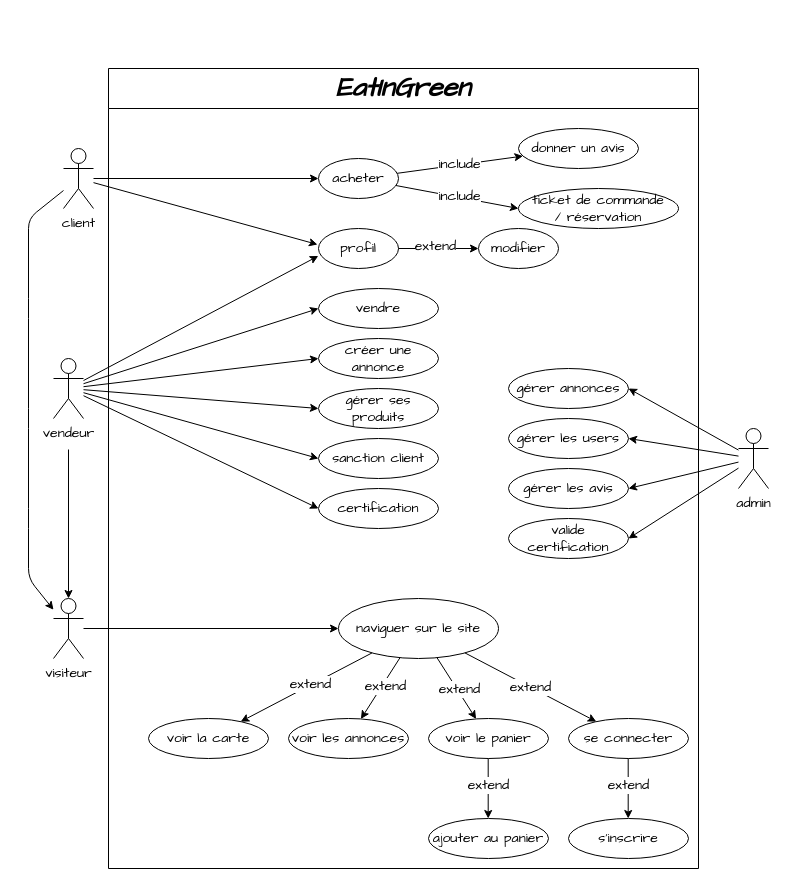
This is docs/diagrams/use-case.drawio from MathisJANKOVIC/EatInGreen, a draw.io file, before an edit. Source tidied: cells renumbered, new cells numbered last; positions are measured from the earlier drawing's top-left corner, leaving out a move shared by most shapes. Both pictures are drawn from the tidied source at 100%, with x=0, y=0 at pixel (28, 68).
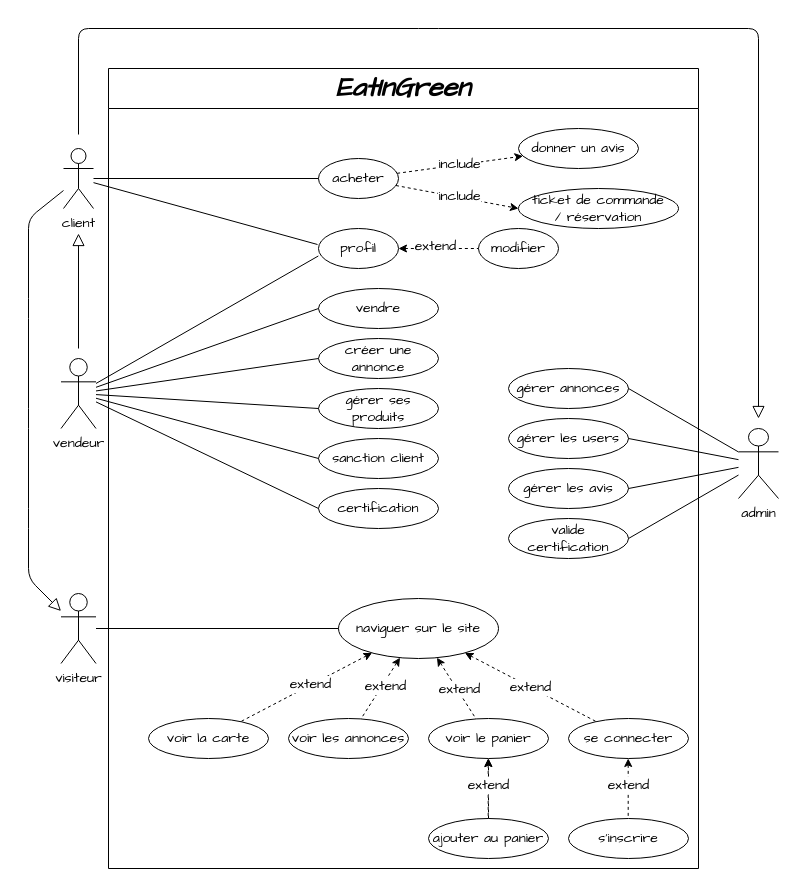
The same diagram, later.

Unchanged cells that the change refers to:
```xml
<mxCell id="2" value="&lt;span style=&quot;font-family: &amp;quot;Comic Sans MS&amp;quot;; font-size: 27px; font-style: italic;&quot;&gt;EatInGreen&lt;/span&gt;" style="swimlane;whiteSpace=wrap;html=1;strokeColor=#000000;fontSize=16;fontColor=#000000;fillColor=none;startSize=40;" parent="1" vertex="1">
  <mxGeometry x="80" width="590" height="800" as="geometry" />
</mxCell>
<mxCell id="3" value="client" style="shape=umlActor;verticalLabelPosition=bottom;verticalAlign=top;html=1;outlineConnect=0;fontFamily=Comic Sans MS;fontSize=14;fontColor=#000000;fillColor=#FFFFFF;strokeColor=#000000;" parent="2" vertex="1">
  <mxGeometry x="-45" y="80" width="30" height="60" as="geometry" />
</mxCell>
<mxCell id="4" value="&lt;span style=&quot;font-family: &amp;quot;Comic Sans MS&amp;quot;; font-size: 14px;&quot;&gt;voir la carte&lt;/span&gt;" style="ellipse;whiteSpace=wrap;html=1;labelBackgroundColor=none;strokeColor=#000000;fontColor=#000000;fillColor=none;" parent="2" vertex="1">
  <mxGeometry x="40" y="650" width="120" height="40" as="geometry" />
</mxCell>
<mxCell id="5" value="&lt;span style=&quot;font-family: &amp;quot;Comic Sans MS&amp;quot;; font-size: 14px;&quot;&gt;se connecter&lt;/span&gt;" style="ellipse;whiteSpace=wrap;html=1;labelBackgroundColor=none;strokeColor=#000000;fontColor=#000000;fillColor=none;" parent="2" vertex="1">
  <mxGeometry x="460" y="650" width="120" height="40" as="geometry" />
</mxCell>
<mxCell id="6" value="&lt;span style=&quot;font-family: &amp;quot;Comic Sans MS&amp;quot;; font-size: 14px;&quot;&gt;voir le panier&lt;/span&gt;" style="ellipse;whiteSpace=wrap;html=1;labelBackgroundColor=none;strokeColor=#000000;fontColor=#000000;fillColor=none;" parent="2" vertex="1">
  <mxGeometry x="320" y="650" width="120" height="40" as="geometry" />
</mxCell>
<mxCell id="7" value="&lt;span style=&quot;font-family: &amp;quot;Comic Sans MS&amp;quot;; font-size: 14px;&quot;&gt;voir les annonces&lt;/span&gt;" style="ellipse;whiteSpace=wrap;html=1;labelBackgroundColor=none;strokeColor=#000000;fontColor=#000000;fillColor=none;" parent="2" vertex="1">
  <mxGeometry x="180" y="650" width="120" height="40" as="geometry" />
</mxCell>
<mxCell id="8" value="&lt;span style=&quot;font-family: &amp;quot;Comic Sans MS&amp;quot;; font-size: 14px;&quot;&gt;ajouter au panier&lt;/span&gt;" style="ellipse;whiteSpace=wrap;html=1;labelBackgroundColor=none;strokeColor=#000000;fontColor=#000000;fillColor=none;" parent="2" vertex="1">
  <mxGeometry x="320" y="750" width="120" height="40" as="geometry" />
</mxCell>
<mxCell id="9" value="&lt;span style=&quot;font-family: &amp;quot;Comic Sans MS&amp;quot;; font-size: 14px;&quot;&gt;naviguer sur le site&lt;/span&gt;" style="ellipse;whiteSpace=wrap;html=1;labelBackgroundColor=none;strokeColor=#000000;fontColor=#000000;fillColor=none;" parent="2" vertex="1">
  <mxGeometry x="230" y="530" width="160" height="60" as="geometry" />
</mxCell>
<mxCell id="18" value="&lt;span style=&quot;font-family: &amp;quot;Comic Sans MS&amp;quot;; font-size: 14px;&quot;&gt;créer une annonce&lt;/span&gt;" style="ellipse;whiteSpace=wrap;html=1;labelBackgroundColor=none;strokeColor=#000000;fontColor=#000000;fillColor=none;" parent="2" vertex="1">
  <mxGeometry x="210" y="270" width="120" height="40" as="geometry" />
</mxCell>
<mxCell id="19" value="&lt;span style=&quot;font-family: &amp;quot;Comic Sans MS&amp;quot;; font-size: 14px;&quot;&gt;vendre&lt;/span&gt;" style="ellipse;whiteSpace=wrap;html=1;labelBackgroundColor=none;strokeColor=#000000;fontColor=#000000;fillColor=none;" parent="2" vertex="1">
  <mxGeometry x="210" y="220" width="120" height="40" as="geometry" />
</mxCell>
<mxCell id="20" value="&lt;span style=&quot;font-family: &amp;quot;Comic Sans MS&amp;quot;; font-size: 14px;&quot;&gt;gérer ses produits&lt;/span&gt;" style="ellipse;whiteSpace=wrap;html=1;labelBackgroundColor=none;strokeColor=#000000;fontColor=#000000;fillColor=none;" parent="2" vertex="1">
  <mxGeometry x="210" y="320" width="120" height="40" as="geometry" />
</mxCell>
<mxCell id="21" value="&lt;span style=&quot;font-family: &amp;quot;Comic Sans MS&amp;quot;; font-size: 14px;&quot;&gt;sanction client&lt;/span&gt;" style="ellipse;whiteSpace=wrap;html=1;labelBackgroundColor=none;strokeColor=#000000;fontColor=#000000;fillColor=none;" parent="2" vertex="1">
  <mxGeometry x="210" y="370" width="120" height="40" as="geometry" />
</mxCell>
<mxCell id="22" value="&lt;span style=&quot;font-family: &amp;quot;Comic Sans MS&amp;quot;; font-size: 14px;&quot;&gt;certification&lt;/span&gt;" style="ellipse;whiteSpace=wrap;html=1;labelBackgroundColor=none;strokeColor=#000000;fontColor=#000000;fillColor=none;" parent="2" vertex="1">
  <mxGeometry x="210" y="420" width="120" height="40" as="geometry" />
</mxCell>
<mxCell id="23" value="&lt;span style=&quot;font-family: &amp;quot;Comic Sans MS&amp;quot;; font-size: 14px;&quot;&gt;profil&lt;/span&gt;" style="ellipse;whiteSpace=wrap;html=1;labelBackgroundColor=none;strokeColor=#000000;fontColor=#000000;fillColor=none;" parent="2" vertex="1">
  <mxGeometry x="210" y="160" width="80" height="40" as="geometry" />
</mxCell>
<mxCell id="24" value="&lt;span style=&quot;font-family: &amp;quot;Comic Sans MS&amp;quot;; font-size: 14px;&quot;&gt;modifier&lt;/span&gt;" style="ellipse;whiteSpace=wrap;html=1;labelBackgroundColor=none;strokeColor=#000000;fontColor=#000000;fillColor=none;" parent="2" vertex="1">
  <mxGeometry x="370" y="160" width="80" height="40" as="geometry" />
</mxCell>
<mxCell id="27" value="&lt;span style=&quot;font-family: &amp;quot;Comic Sans MS&amp;quot;; font-size: 14px;&quot;&gt;ticket de commande &lt;br&gt;/ réservation&lt;/span&gt;" style="ellipse;whiteSpace=wrap;html=1;labelBackgroundColor=none;strokeColor=#000000;fontColor=#000000;fillColor=none;" parent="2" vertex="1">
  <mxGeometry x="410" y="120" width="160" height="40" as="geometry" />
</mxCell>
<mxCell id="28" value="&lt;span style=&quot;font-family: &amp;quot;Comic Sans MS&amp;quot;; font-size: 14px;&quot;&gt;acheter&lt;/span&gt;" style="ellipse;whiteSpace=wrap;html=1;labelBackgroundColor=none;strokeColor=#000000;fontColor=#000000;fillColor=none;" parent="2" vertex="1">
  <mxGeometry x="210" y="90" width="80" height="40" as="geometry" />
</mxCell>
<mxCell id="30" value="&lt;span style=&quot;color: rgb(0, 0, 0); font-family: &amp;quot;Comic Sans MS&amp;quot;; font-size: 14px;&quot;&gt;donner un avis&lt;/span&gt;" style="ellipse;whiteSpace=wrap;html=1;labelBackgroundColor=none;strokeColor=#000000;fontColor=#FFFFFF;fillColor=none;" parent="2" vertex="1">
  <mxGeometry x="410" y="60" width="120" height="40" as="geometry" />
</mxCell>
<mxCell id="35" value="&lt;span style=&quot;font-family: &amp;quot;Comic Sans MS&amp;quot;; font-size: 14px;&quot;&gt;gérer les users&lt;/span&gt;" style="ellipse;whiteSpace=wrap;html=1;labelBackgroundColor=none;strokeColor=#000000;fontColor=#000000;fillColor=none;" parent="2" vertex="1">
  <mxGeometry x="400" y="350" width="120" height="40" as="geometry" />
</mxCell>
<mxCell id="36" value="&lt;span style=&quot;font-family: &amp;quot;Comic Sans MS&amp;quot;; font-size: 14px;&quot;&gt;gérer les avis&lt;/span&gt;" style="ellipse;whiteSpace=wrap;html=1;labelBackgroundColor=none;strokeColor=#000000;fontColor=#000000;fillColor=none;" parent="2" vertex="1">
  <mxGeometry x="400" y="400" width="120" height="40" as="geometry" />
</mxCell>
<mxCell id="37" value="&lt;span style=&quot;font-family: &amp;quot;Comic Sans MS&amp;quot;; font-size: 14px;&quot;&gt;gérer annonces&lt;/span&gt;" style="ellipse;whiteSpace=wrap;html=1;labelBackgroundColor=none;strokeColor=#000000;fontColor=#000000;fillColor=none;" parent="2" vertex="1">
  <mxGeometry x="400" y="300" width="120" height="40" as="geometry" />
</mxCell>
<mxCell id="38" value="&lt;span style=&quot;font-family: &amp;quot;Comic Sans MS&amp;quot;; font-size: 14px;&quot;&gt;valide certification&lt;/span&gt;" style="ellipse;whiteSpace=wrap;html=1;labelBackgroundColor=none;strokeColor=#000000;fontColor=#000000;fillColor=none;" parent="2" vertex="1">
  <mxGeometry x="400" y="450" width="120" height="40" as="geometry" />
</mxCell>
```

Change to the diagram source:
```diff
@@
+    <mxCell id="61" style="edgeStyle=none;html=1;dashed=1;startArrow=none;startFill=0;endArrow=classic;endFill=1;" parent="2" edge="1" source="8" target="6">
+      <mxGeometry relative="1" as="geometry" />
+    </mxCell>
@@
-    <mxCell id="10" style="endArrow=classic;html=1;labelBackgroundColor=none;strokeColor=#000000;fontColor=#000000;" parent="2" edge="1" source="9" target="7">
+    <mxCell id="10" style="endArrow=none;html=1;labelBackgroundColor=none;strokeColor=#000000;fontColor=#000000;startArrow=classic;startFill=1;endFill=0;dashed=1;" parent="2" edge="1" source="9" target="7">
       <mxGeometry relative="1" as="geometry" />
     </mxCell>
-    <mxCell id="11" style="endArrow=classic;html=1;labelBackgroundColor=none;strokeColor=#000000;fontColor=#000000;" parent="2" edge="1" source="9" target="4">
+    <mxCell id="11" style="endArrow=none;html=1;labelBackgroundColor=none;strokeColor=#000000;fontColor=#000000;startArrow=classic;startFill=1;endFill=0;dashed=1;" parent="2" edge="1" source="9" target="4">
       <mxGeometry relative="1" as="geometry" />
     </mxCell>
-    <mxCell id="12" style="endArrow=classic;html=1;labelBackgroundColor=none;strokeColor=#000000;fontColor=#000000;" parent="2" edge="1" source="9" target="6">
+    <mxCell id="12" style="endArrow=none;html=1;labelBackgroundColor=none;strokeColor=#000000;fontColor=#000000;dashed=1;startArrow=classic;startFill=1;endFill=0;" parent="2" edge="1" source="9" target="6">
       <mxGeometry relative="1" as="geometry" />
     </mxCell>
-    <mxCell id="13" style="endArrow=classic;html=1;labelBackgroundColor=none;strokeColor=#000000;fontColor=#000000;" parent="2" edge="1" source="9" target="5">
+    <mxCell id="13" style="endArrow=none;html=1;labelBackgroundColor=none;strokeColor=#000000;fontColor=#000000;dashed=1;startArrow=classic;startFill=1;endFill=0;" parent="2" edge="1" source="9" target="5">
       <mxGeometry relative="1" as="geometry" />
     </mxCell>
@@
-    <mxCell id="25" style="endArrow=classic;html=1;labelBackgroundColor=none;strokeColor=#000000;fontColor=#FFFFFF;" parent="2" edge="1" source="23" target="24">
+    <mxCell id="25" style="endArrow=none;html=1;labelBackgroundColor=none;strokeColor=#000000;fontColor=#FFFFFF;endFill=0;startArrow=classic;startFill=1;dashed=1;" parent="2" edge="1" source="23" target="24">
       <mxGeometry relative="1" as="geometry" />
     </mxCell>
@@
-    <mxCell id="29" style="endArrow=classic;html=1;labelBackgroundColor=none;strokeColor=#000000;fontColor=#FFFFFF;" parent="2" edge="1" source="3" target="28">
+    <mxCell id="29" style="endArrow=none;html=1;labelBackgroundColor=none;strokeColor=#000000;fontColor=#FFFFFF;endFill=0;" parent="2" edge="1" source="3" target="28">
       <mxGeometry relative="1" as="geometry" />
     </mxCell>
@@
-    <mxCell id="31" style="endArrow=classic;html=1;labelBackgroundColor=none;strokeColor=#000000;fontColor=#FFFFFF;" parent="2" edge="1" source="28" target="30">
+    <mxCell id="31" style="endArrow=classic;html=1;labelBackgroundColor=none;strokeColor=#000000;fontColor=#FFFFFF;dashed=1;" parent="2" edge="1" source="28" target="30">
       <mxGeometry relative="1" as="geometry" />
     </mxCell>
-    <mxCell id="32" style="endArrow=classic;html=1;labelBackgroundColor=none;strokeColor=#000000;fontColor=#FFFFFF;entryX=0;entryY=0.5;entryDx=0;entryDy=0;" parent="2" edge="1" source="28" target="27">
+    <mxCell id="32" style="endArrow=classic;html=1;labelBackgroundColor=none;strokeColor=#000000;fontColor=#FFFFFF;entryX=0;entryY=0.5;entryDx=0;entryDy=0;dashed=1;" parent="2" edge="1" source="28" target="27">
       <mxGeometry relative="1" as="geometry" />
     </mxCell>
@@
-    <mxCell id="39" style="endArrow=classic;html=1;labelBackgroundColor=none;strokeColor=#000000;fontColor=#FFFFFF;" parent="2" edge="1" source="3">
+    <mxCell id="39" style="endArrow=none;html=1;labelBackgroundColor=none;strokeColor=#000000;fontColor=#FFFFFF;endFill=0;" parent="2" edge="1" source="3">
       <mxGeometry relative="1" as="geometry">
         <mxPoint x="209" y="176" as="targetPoint" />
       </mxGeometry>
     </mxCell>
-    <mxCell id="40" style="edgeStyle=none;html=1;labelBackgroundColor=none;strokeColor=#000000;fontColor=#000000;entryX=0.5;entryY=0;entryDx=0;entryDy=0;" parent="2" edge="1">
+    <mxCell id="40" style="edgeStyle=none;html=1;labelBackgroundColor=none;strokeColor=#000000;fontColor=#000000;entryX=0.5;entryY=0;entryDx=0;entryDy=0;startArrow=classic;startFill=1;endArrow=none;endFill=0;dashed=1;" parent="2" edge="1">
       <mxGeometry relative="1" as="geometry">
         <mxPoint x="379.7" y="690" as="sourcePoint" />
         <mxPoint x="379.7" y="750" as="targetPoint" />
       </mxGeometry>
     </mxCell>
@@
-    <mxCell id="43" style="edgeStyle=none;html=1;labelBackgroundColor=none;strokeColor=#000000;fontColor=#000000;entryX=0.5;entryY=0;entryDx=0;entryDy=0;" parent="2" edge="1">
+    <mxCell id="43" style="edgeStyle=none;html=1;labelBackgroundColor=none;strokeColor=#000000;fontColor=#000000;entryX=0.5;entryY=0;entryDx=0;entryDy=0;endArrow=none;endFill=0;startArrow=classic;startFill=1;dashed=1;" parent="2" edge="1">
       <mxGeometry relative="1" as="geometry">
         <mxPoint x="519.7" y="690" as="sourcePoint" />
         <mxPoint x="519.7" y="750" as="targetPoint" />
       </mxGeometry>
     </mxCell>
@@
     <mxCell id="45" value="admin" style="shape=umlActor;verticalLabelPosition=bottom;verticalAlign=top;html=1;outlineConnect=0;fontFamily=Comic Sans MS;fontSize=14;fontColor=#000000;strokeColor=#000000;fillColor=#FFFFFF;" parent="1" vertex="1">
-      <mxGeometry x="710" y="360" width="30" height="60" as="geometry" />
+      <mxGeometry x="710" y="360" width="40" height="70" as="geometry" />
     </mxCell>
-    <mxCell id="46" style="endArrow=classic;html=1;labelBackgroundColor=none;strokeColor=#000000;fontColor=#FFFFFF;entryX=1;entryY=0.5;entryDx=0;entryDy=0;" parent="1" edge="1" source="45" target="37">
+    <mxCell id="46" style="endArrow=none;html=1;labelBackgroundColor=none;strokeColor=#000000;fontColor=#FFFFFF;entryX=1;entryY=0.5;entryDx=0;entryDy=0;endFill=0;" parent="1" edge="1" source="45" target="37">
       <mxGeometry relative="1" as="geometry" />
     </mxCell>
-    <mxCell id="47" style="endArrow=classic;html=1;labelBackgroundColor=none;strokeColor=#000000;fontColor=#FFFFFF;entryX=1;entryY=0.5;entryDx=0;entryDy=0;" parent="1" edge="1" source="45" target="35">
+    <mxCell id="47" style="endArrow=none;html=1;labelBackgroundColor=none;strokeColor=#000000;fontColor=#FFFFFF;entryX=1;entryY=0.5;entryDx=0;entryDy=0;endFill=0;" parent="1" edge="1" source="45" target="35">
       <mxGeometry relative="1" as="geometry" />
     </mxCell>
-    <mxCell id="48" style="endArrow=classic;html=1;labelBackgroundColor=none;strokeColor=#000000;fontColor=#FFFFFF;entryX=1;entryY=0.5;entryDx=0;entryDy=0;" parent="1" edge="1" source="45" target="36">
+    <mxCell id="48" style="endArrow=none;html=1;labelBackgroundColor=none;strokeColor=#000000;fontColor=#FFFFFF;entryX=1;entryY=0.5;entryDx=0;entryDy=0;endFill=0;" parent="1" edge="1" source="45" target="36">
       <mxGeometry relative="1" as="geometry" />
     </mxCell>
-    <mxCell id="49" style="endArrow=classic;html=1;labelBackgroundColor=none;strokeColor=#000000;fontColor=#FFFFFF;entryX=1;entryY=0.5;entryDx=0;entryDy=0;" parent="1" edge="1" source="45" target="38">
+    <mxCell id="49" style="endArrow=none;html=1;labelBackgroundColor=none;strokeColor=#000000;fontColor=#FFFFFF;entryX=1;entryY=0.5;entryDx=0;entryDy=0;endFill=0;" parent="1" edge="1" source="45" target="38">
       <mxGeometry relative="1" as="geometry" />
     </mxCell>
     <mxCell id="50" value="vendeur" style="shape=umlActor;verticalLabelPosition=bottom;verticalAlign=top;html=1;outlineConnect=0;fontFamily=Comic Sans MS;fontSize=14;fontColor=#000000;strokeColor=#000000;fillColor=#FFFFFF;" parent="1" vertex="1">
-      <mxGeometry x="25" y="290" width="30" height="60" as="geometry" />
+      <mxGeometry x="32.5" y="290" width="35" height="70" as="geometry" />
     </mxCell>
-    <mxCell id="51" style="endArrow=classic;html=1;labelBackgroundColor=none;strokeColor=#000000;fontColor=#FFFFFF;entryX=0;entryY=0.5;entryDx=0;entryDy=0;" parent="1" edge="1" source="50" target="19">
+    <mxCell id="51" style="endArrow=none;html=1;labelBackgroundColor=none;strokeColor=#000000;fontColor=#FFFFFF;entryX=0;entryY=0.5;entryDx=0;entryDy=0;endFill=0;" parent="1" edge="1" source="50" target="19">
       <mxGeometry relative="1" as="geometry" />
     </mxCell>
-    <mxCell id="52" style="endArrow=classic;html=1;labelBackgroundColor=none;strokeColor=#000000;fontColor=#FFFFFF;entryX=0;entryY=0.5;entryDx=0;entryDy=0;" parent="1" edge="1" source="50" target="18">
+    <mxCell id="52" style="endArrow=none;html=1;labelBackgroundColor=none;strokeColor=#000000;fontColor=#FFFFFF;entryX=0;entryY=0.5;entryDx=0;entryDy=0;endFill=0;" parent="1" edge="1" source="50" target="18">
       <mxGeometry relative="1" as="geometry" />
     </mxCell>
-    <mxCell id="53" style="endArrow=classic;html=1;labelBackgroundColor=none;strokeColor=#000000;fontColor=#FFFFFF;entryX=0;entryY=0.5;entryDx=0;entryDy=0;" parent="1" edge="1" source="50" target="20">
+    <mxCell id="53" style="endArrow=none;html=1;labelBackgroundColor=none;strokeColor=#000000;fontColor=#FFFFFF;entryX=0;entryY=0.5;entryDx=0;entryDy=0;endFill=0;" parent="1" edge="1" source="50" target="20">
       <mxGeometry relative="1" as="geometry" />
     </mxCell>
-    <mxCell id="54" style="endArrow=classic;html=1;labelBackgroundColor=none;strokeColor=#000000;fontColor=#FFFFFF;entryX=0;entryY=0.5;entryDx=0;entryDy=0;" parent="1" edge="1" source="50" target="21">
+    <mxCell id="54" style="endArrow=none;html=1;labelBackgroundColor=none;strokeColor=#000000;fontColor=#FFFFFF;entryX=0;entryY=0.5;entryDx=0;entryDy=0;endFill=0;" parent="1" edge="1" source="50" target="21">
       <mxGeometry relative="1" as="geometry" />
     </mxCell>
-    <mxCell id="55" style="endArrow=classic;html=1;labelBackgroundColor=none;strokeColor=#000000;fontColor=#FFFFFF;entryX=0;entryY=0.5;entryDx=0;entryDy=0;" parent="1" edge="1" source="50" target="22">
+    <mxCell id="55" style="endArrow=none;html=1;labelBackgroundColor=none;strokeColor=#000000;fontColor=#FFFFFF;entryX=0;entryY=0.5;entryDx=0;entryDy=0;endFill=0;" parent="1" edge="1" source="50" target="22">
       <mxGeometry relative="1" as="geometry" />
     </mxCell>
-    <mxCell id="56" style="endArrow=classic;html=1;labelBackgroundColor=none;strokeColor=#000000;fontColor=#FFFFFF;" parent="1" edge="1" target="58">
+    <mxCell id="56" style="endArrow=block;html=1;labelBackgroundColor=none;strokeColor=#000000;fontColor=#FFFFFF;endSize=10;startSize=10;endFill=0;" parent="1" edge="1">
       <mxGeometry relative="1" as="geometry">
-        <mxPoint x="40" y="381" as="sourcePoint" />
+        <mxPoint x="50" y="280" as="sourcePoint" />
+        <mxPoint x="50" y="165" as="targetPoint" />
       </mxGeometry>
     </mxCell>
-    <mxCell id="57" style="endArrow=classic;html=1;labelBackgroundColor=none;strokeColor=#000000;fontColor=#FFFFFF;entryX=-0.002;entryY=0.687;entryDx=0;entryDy=0;entryPerimeter=0;" parent="1" edge="1" source="50" target="23">
+    <mxCell id="57" style="endArrow=none;html=1;labelBackgroundColor=none;strokeColor=#000000;fontColor=#FFFFFF;entryX=-0.002;entryY=0.687;entryDx=0;entryDy=0;entryPerimeter=0;endFill=0;" parent="1" edge="1" source="50" target="23">
       <mxGeometry relative="1" as="geometry" />
     </mxCell>
     <mxCell id="58" value="visiteur" style="shape=umlActor;verticalLabelPosition=bottom;verticalAlign=top;html=1;outlineConnect=0;fontFamily=Comic Sans MS;fontSize=14;fontColor=#000000;strokeColor=#000000;fillColor=none;" parent="1" vertex="1">
-      <mxGeometry x="25" y="530" width="30" height="60" as="geometry" />
+      <mxGeometry x="32.5" y="525" width="35" height="70" as="geometry" />
     </mxCell>
-    <mxCell id="59" style="endArrow=classic;html=1;labelBackgroundColor=none;strokeColor=#000000;fontColor=#000000;" parent="1" edge="1" source="58" target="9">
+    <mxCell id="59" style="endArrow=none;html=1;labelBackgroundColor=none;strokeColor=#000000;fontColor=#000000;endFill=0;" parent="1" edge="1" source="58" target="9">
       <mxGeometry relative="1" as="geometry" />
     </mxCell>
-    <mxCell id="60" style="endArrow=classic;html=1;labelBackgroundColor=none;strokeColor=#000000;fontColor=#FFFFFF;" parent="1" edge="1" source="3" target="58">
+    <mxCell id="60" style="endArrow=block;html=1;labelBackgroundColor=none;strokeColor=#000000;fontColor=#FFFFFF;endFill=0;endSize=10;startSize=10;" parent="1" edge="1" source="3" target="58">
       <mxGeometry relative="1" as="geometry">
         <Array as="points">
           <mxPoint y="150" />
           <mxPoint y="240" />
           <mxPoint y="350" />
           <mxPoint y="450" />
           <mxPoint y="510" />
         </Array>
       </mxGeometry>
     </mxCell>
+    <mxCell id="62" style="endArrow=block;html=1;labelBackgroundColor=none;strokeColor=#000000;fontColor=#FFFFFF;endSize=10;startSize=10;endFill=0;" parent="1" edge="1">
+      <mxGeometry relative="1" as="geometry">
+        <mxPoint x="50" y="66" as="sourcePoint" />
+        <mxPoint x="730" y="350" as="targetPoint" />
+        <Array as="points">
+          <mxPoint x="50" y="-40" />
+          <mxPoint x="400" y="-40" />
+          <mxPoint x="730" y="-40" />
+        </Array>
+      </mxGeometry>
+    </mxCell>
```
